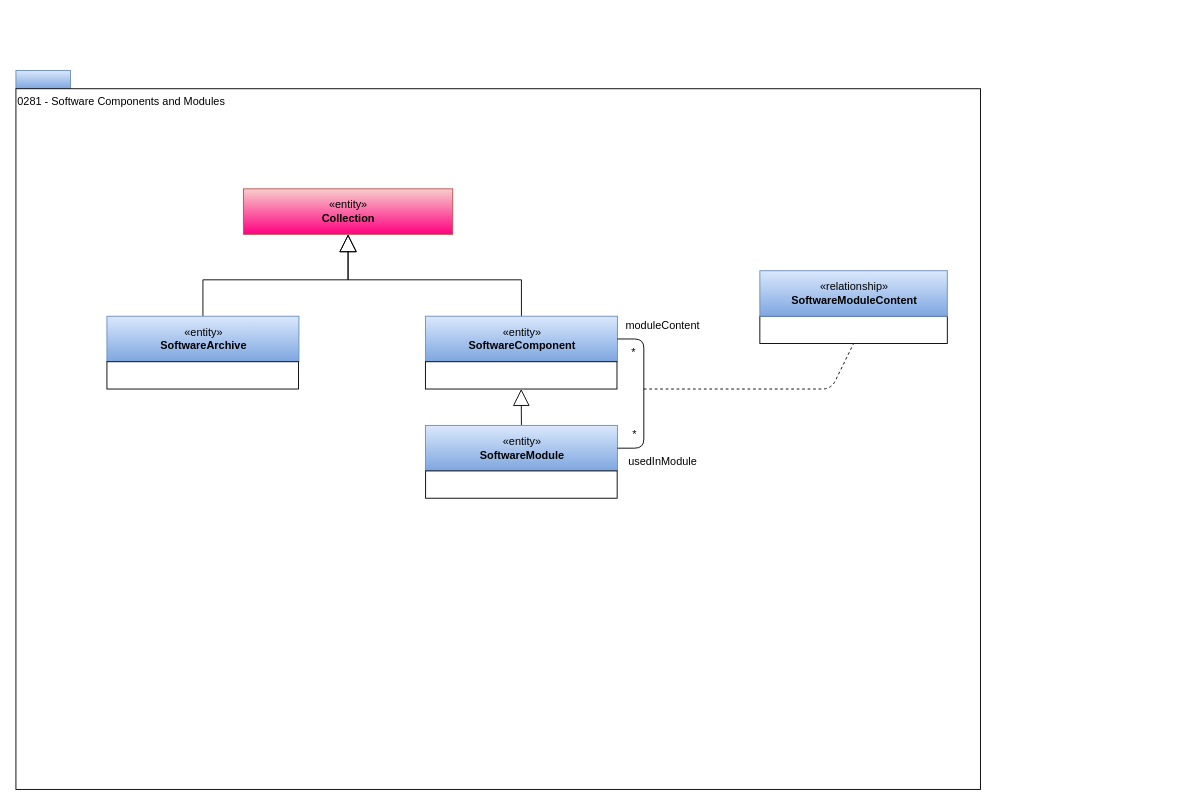
Above: page "0281-Software-Modules" (19 of 21) of open-metadata-publication/website/open-metadata-types/area-2-assets.drawio in odpi/egeria (draw.io), before the change. Source tidied: cells renumbered, new cells numbered last; positions are measured from the earlier drawing's top-left corner, leaving out a move shared by most shapes. Both pictures are drawn from the tidied source at 91%, with x=0, y=0 at pixel (15, 70).
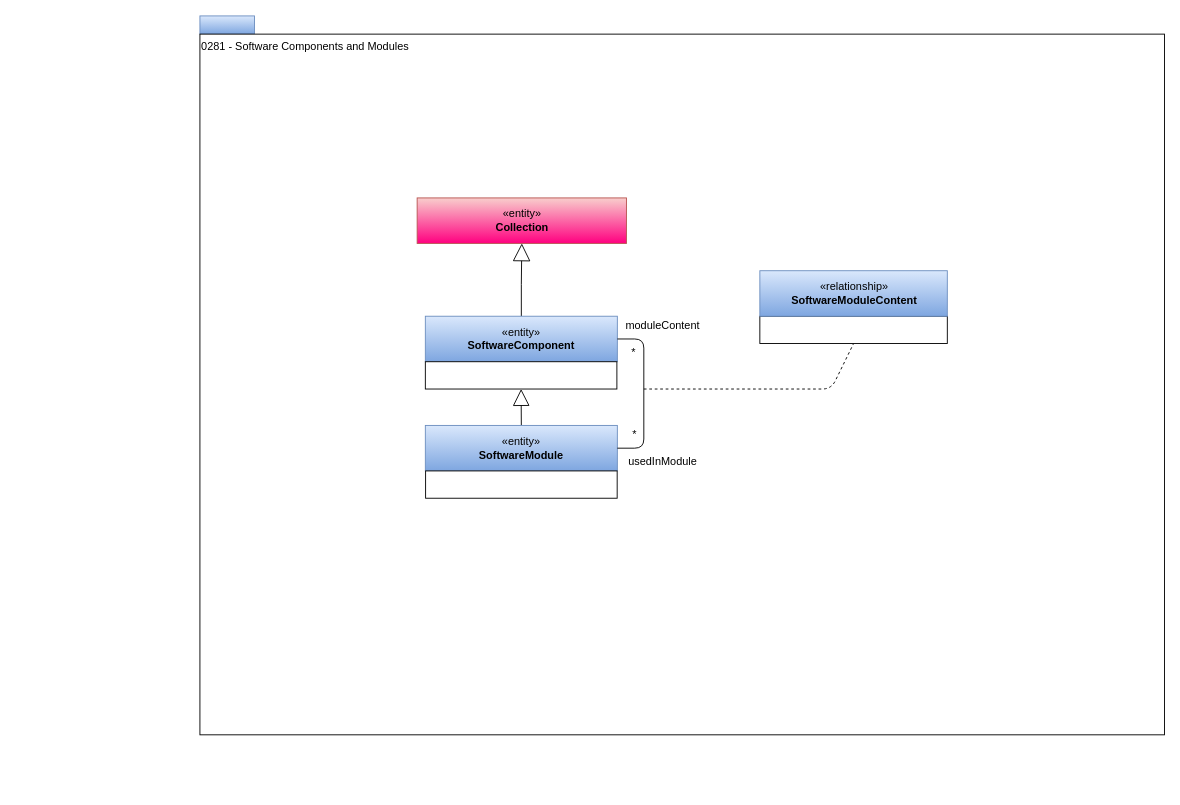
Above is the later version.

What changed in the source:
```diff
@@
     <mxCell id="2" style="rounded=0;whiteSpace=wrap;html=1;align=left;fillColor=#dae8fc;strokeColor=#6c8ebf;gradientColor=#7ea6e0;" parent="1" vertex="1">
-      <mxGeometry width="60" height="20" as="geometry" />
+      <mxGeometry x="202.2" y="-60" width="60" height="20" as="geometry" />
     </mxCell>
     <mxCell id="3" value="0281 - Software Components and Modules" style="rounded=0;whiteSpace=wrap;html=1;align=left;verticalAlign=top;" parent="1" vertex="1">
-      <mxGeometry y="20" width="1060" height="770" as="geometry" />
+      <mxGeometry x="202.2" y="-40" width="1060" height="770" as="geometry" />
     </mxCell>
@@
     <mxCell id="5" value="«entity»&lt;br&gt;&lt;b&gt;SoftwareComponent&lt;/b&gt;" style="html=1;strokeColor=#6c8ebf;align=center;fillColor=#dae8fc;gradientColor=#7ea6e0;" parent="1" vertex="1">
-      <mxGeometry x="450" y="270" width="211" height="50" as="geometry" />
+      <mxGeometry x="449.9" y="270" width="211" height="50" as="geometry" />
     </mxCell>
@@
     <mxCell id="7" value="«entity»&lt;br&gt;&lt;b&gt;SoftwareModule&lt;/b&gt;" style="html=1;strokeColor=#6c8ebf;align=center;fillColor=#dae8fc;gradientColor=#7ea6e0;" parent="1" vertex="1">
-      <mxGeometry x="450" y="390" width="211" height="50" as="geometry" />
+      <mxGeometry x="449.9" y="390" width="211" height="50" as="geometry" />
     </mxCell>
@@
     <mxCell id="16" value="«entity»&lt;br&gt;&lt;b&gt;Collection&lt;/b&gt;" style="html=1;strokeColor=#b85450;align=center;fillColor=#f8cecc;gradientColor=#FF0080;" parent="1" vertex="1">
-      <mxGeometry x="250" y="130" width="230" height="50" as="geometry" />
+      <mxGeometry x="440.9" y="140" width="230" height="50" as="geometry" />
     </mxCell>
     <mxCell id="17" style="rounded=0;whiteSpace=wrap;html=1;strokeColor=#000000;gradientColor=#ffffff;align=left;" parent="1" vertex="1">
-      <mxGeometry x="450" y="320" width="210.5" height="30" as="geometry" />
+      <mxGeometry x="449.9" y="320" width="210.5" height="30" as="geometry" />
     </mxCell>
@@
-    <mxCell id="19" style="edgeStyle=orthogonalEdgeStyle;rounded=0;jettySize=auto;html=1;endArrow=block;endFill=0;endSize=17;" parent="1" edge="1" source="20" target="16">
-      <mxGeometry relative="1" as="geometry" />
-    </mxCell>
-    <mxCell id="20" value="«entity»&lt;br&gt;&lt;b&gt;SoftwareArchive&lt;/b&gt;" style="html=1;strokeColor=#6c8ebf;align=center;fillColor=#dae8fc;gradientColor=#7ea6e0;" parent="1" vertex="1">
-      <mxGeometry x="100" y="270" width="211" height="50" as="geometry" />
-    </mxCell>
-    <mxCell id="21" style="rounded=0;whiteSpace=wrap;html=1;strokeColor=#000000;gradientColor=#ffffff;align=left;" parent="1" vertex="1">
-      <mxGeometry x="100" y="320" width="210.5" height="30" as="geometry" />
-    </mxCell>
```
